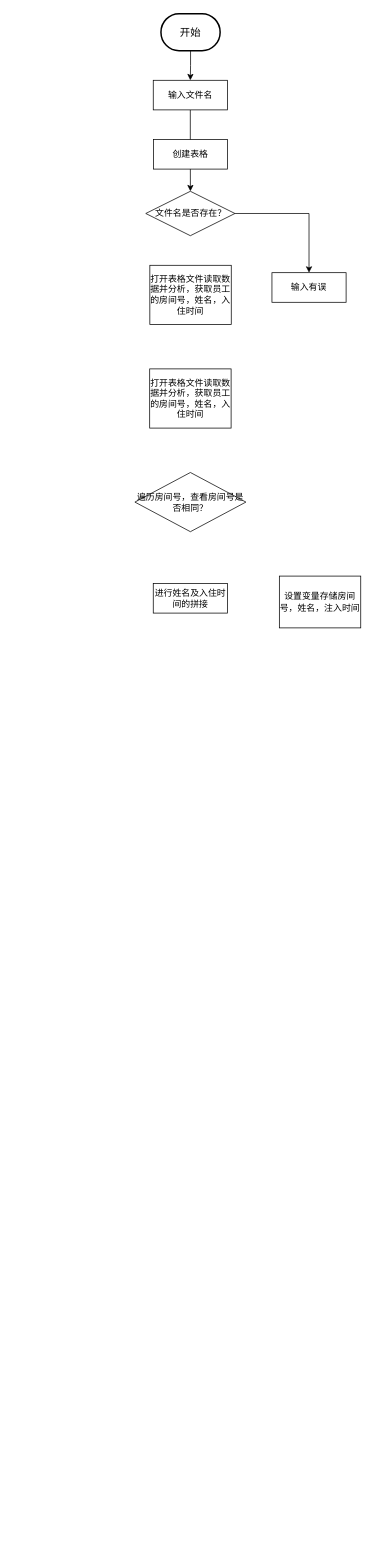
Earlier version of the draw.io diagram page "Halaman-3" (3 of 5) of Diagram Tanpa Judul.drawio (huangbaozhi/UML). Source tidied: cells renumbered, new cells numbered last; positions are measured from the earlier drawing's top-left corner, leaving out a move shared by most shapes. Both pictures are drawn from the tidied source at 74%, with x=0, y=0 at pixel (135, 13).
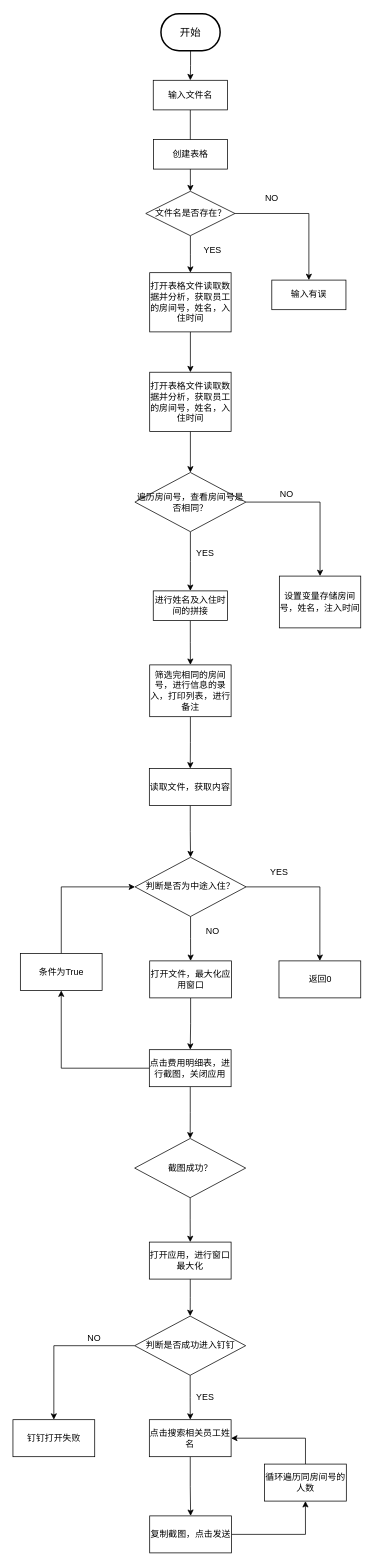
After the change.

The change refers to these unchanged cells:
```xml
<mxCell id="8" value="文件名是否存在？" style="rhombus;whiteSpace=wrap;html=1;" parent="1" vertex="1">
  <mxGeometry x="14.5" y="240" width="120.5" height="60" as="geometry" />
</mxCell>
<mxCell id="12" value="遍历房间号，查看房间号是否相同？" style="rhombus;whiteSpace=wrap;html=1;" parent="1" vertex="1">
  <mxGeometry x="-0.2" y="620" width="150" height="80" as="geometry" />
</mxCell>
<mxCell id="14" value="设置变量存储房间号，姓名，注入时间" style="rounded=0;whiteSpace=wrap;html=1;" parent="1" vertex="1">
  <mxGeometry x="195" y="760" width="110" height="70" as="geometry" />
</mxCell>
```

What changed in the source:
```diff
@@
+    <mxCell id="15" style="edgeStyle=orthogonalEdgeStyle;rounded=0;jettySize=auto;html=1;" parent="1" edge="1" source="8" target="10">
+      <mxGeometry relative="1" as="geometry" />
+    </mxCell>
@@
     <mxCell id="9" value="输入有误" style="rounded=0;whiteSpace=wrap;html=1;" parent="1" vertex="1">
-      <mxGeometry x="185" y="350" width="100.2" height="40" as="geometry" />
+      <mxGeometry x="184.8" y="360" width="100.2" height="40" as="geometry" />
     </mxCell>
+    <mxCell id="16" style="edgeStyle=orthogonalEdgeStyle;rounded=0;jettySize=auto;html=1;" parent="1" edge="1" source="10" target="11">
+      <mxGeometry relative="1" as="geometry" />
+    </mxCell>
     <mxCell id="10" value="打开表格文件读取数据并分析，获取员工的房间号，姓名，入住时间" style="rounded=0;whiteSpace=wrap;html=1;" parent="1" vertex="1">
-      <mxGeometry x="20" y="340" width="110" height="80" as="geometry" />
+      <mxGeometry x="19.8" y="350" width="110" height="80" as="geometry" />
     </mxCell>
+    <mxCell id="17" style="edgeStyle=orthogonalEdgeStyle;rounded=0;jettySize=auto;html=1;" parent="1" edge="1" source="11" target="12">
+      <mxGeometry relative="1" as="geometry" />
+    </mxCell>
     <mxCell id="11" value="打开表格文件读取数据并分析，获取员工的房间号，姓名，入住时间" style="rounded=0;whiteSpace=wrap;html=1;" parent="1" vertex="1">
-      <mxGeometry x="19.8" y="480" width="110" height="80" as="geometry" />
+      <mxGeometry x="19.8" y="484.5" width="110" height="80" as="geometry" />
     </mxCell>
+    <mxCell id="18" style="edgeStyle=orthogonalEdgeStyle;rounded=0;jettySize=auto;html=1;" parent="1" edge="1" source="12" target="13">
+      <mxGeometry relative="1" as="geometry" />
+    </mxCell>
+    <mxCell id="19" style="edgeStyle=orthogonalEdgeStyle;rounded=0;jettySize=auto;html=1;entryX=0.5;entryY=0;entryDx=0;entryDy=0;" parent="1" edge="1" source="12" target="14">
+      <mxGeometry relative="1" as="geometry" />
+    </mxCell>
@@
+    <mxCell id="20" style="edgeStyle=orthogonalEdgeStyle;rounded=0;jettySize=auto;html=1;" parent="1" edge="1" source="13" target="22">
+      <mxGeometry relative="1" as="geometry" />
+    </mxCell>
     <mxCell id="13" value="进行姓名及入住时间的拼接" style="rounded=0;whiteSpace=wrap;html=1;" parent="1" vertex="1">
-      <mxGeometry x="24.6" y="770" width="100.2" height="40" as="geometry" />
+      <mxGeometry x="24.6" y="780" width="100.2" height="40" as="geometry" />
     </mxCell>
@@
+    <mxCell id="21" style="edgeStyle=orthogonalEdgeStyle;rounded=0;jettySize=auto;html=1;" parent="1" edge="1" source="22" target="24">
+      <mxGeometry relative="1" as="geometry" />
+    </mxCell>
+    <mxCell id="22" value="筛选完相同的房间号，进行信息的录入，打印列表，进行备注" style="rounded=0;whiteSpace=wrap;html=1;" parent="1" vertex="1">
+      <mxGeometry x="19.8" y="880" width="110" height="70" as="geometry" />
+    </mxCell>
+    <mxCell id="23" style="edgeStyle=orthogonalEdgeStyle;rounded=0;jettySize=auto;html=1;" parent="1" edge="1" source="24" target="31">
+      <mxGeometry relative="1" as="geometry" />
+    </mxCell>
+    <mxCell id="24" value="读取文件，获取内容" style="rounded=0;whiteSpace=wrap;html=1;" parent="1" vertex="1">
+      <mxGeometry x="19.3" y="1020" width="110.5" height="50" as="geometry" />
+    </mxCell>
+    <mxCell id="25" value="NO" style="text;html=1;strokeColor=none;fillColor=none;align=center;verticalAlign=middle;whiteSpace=wrap;rounded=0;" parent="1" vertex="1">
+      <mxGeometry x="165" y="240" width="40" height="20" as="geometry" />
+    </mxCell>
+    <mxCell id="26" value="YES" style="text;html=1;strokeColor=none;fillColor=none;align=center;verticalAlign=middle;whiteSpace=wrap;rounded=0;" parent="1" vertex="1">
+      <mxGeometry x="85" y="310" width="40" height="20" as="geometry" />
+    </mxCell>
+    <mxCell id="27" value="YES" style="text;html=1;strokeColor=none;fillColor=none;align=center;verticalAlign=middle;whiteSpace=wrap;rounded=0;" parent="1" vertex="1">
+      <mxGeometry x="75" y="720" width="40" height="20" as="geometry" />
+    </mxCell>
+    <mxCell id="28" value="NO" style="text;html=1;strokeColor=none;fillColor=none;align=center;verticalAlign=middle;whiteSpace=wrap;rounded=0;" parent="1" vertex="1">
+      <mxGeometry x="184.8" y="640" width="40" height="20" as="geometry" />
+    </mxCell>
+    <mxCell id="29" style="edgeStyle=orthogonalEdgeStyle;rounded=0;jettySize=auto;html=1;" parent="1" edge="1" source="31" target="33">
+      <mxGeometry relative="1" as="geometry" />
+    </mxCell>
+    <mxCell id="30" style="edgeStyle=orthogonalEdgeStyle;rounded=0;jettySize=auto;html=1;entryX=0.5;entryY=0;entryDx=0;entryDy=0;" parent="1" edge="1" source="31" target="37">
+      <mxGeometry relative="1" as="geometry" />
+    </mxCell>
+    <mxCell id="31" value="判断是否为中途入住？" style="rhombus;whiteSpace=wrap;html=1;" parent="1" vertex="1">
+      <mxGeometry y="1140" width="150" height="80" as="geometry" />
+    </mxCell>
+    <mxCell id="32" style="edgeStyle=orthogonalEdgeStyle;rounded=0;jettySize=auto;html=1;" parent="1" edge="1" source="33" target="36">
+      <mxGeometry relative="1" as="geometry" />
+    </mxCell>
+    <mxCell id="33" value="打开文件，最大化应用窗口" style="rounded=0;whiteSpace=wrap;html=1;" parent="1" vertex="1">
+      <mxGeometry x="19.8" y="1280" width="110.5" height="50" as="geometry" />
+    </mxCell>
+    <mxCell id="34" style="edgeStyle=orthogonalEdgeStyle;rounded=0;jettySize=auto;html=1;entryX=0.5;entryY=1;entryDx=0;entryDy=0;" parent="1" edge="1" source="36" target="41">
+      <mxGeometry relative="1" as="geometry" />
+    </mxCell>
+    <mxCell id="35" style="edgeStyle=orthogonalEdgeStyle;rounded=0;jettySize=auto;html=1;" parent="1" edge="1" source="36" target="43">
+      <mxGeometry relative="1" as="geometry" />
+    </mxCell>
+    <mxCell id="36" value="点击费用明细表，进行截图，关闭应用" style="rounded=0;whiteSpace=wrap;html=1;" parent="1" vertex="1">
+      <mxGeometry x="19.3" y="1400" width="110.5" height="50" as="geometry" />
+    </mxCell>
+    <mxCell id="37" value="返回0" style="rounded=0;whiteSpace=wrap;html=1;" parent="1" vertex="1">
+      <mxGeometry x="194.5" y="1280" width="110.5" height="50" as="geometry" />
+    </mxCell>
+    <mxCell id="38" value="NO" style="text;html=1;strokeColor=none;fillColor=none;align=center;verticalAlign=middle;whiteSpace=wrap;rounded=0;" parent="1" vertex="1">
+      <mxGeometry x="85" y="1230" width="40" height="20" as="geometry" />
+    </mxCell>
+    <mxCell id="39" value="YES" style="text;html=1;strokeColor=none;fillColor=none;align=center;verticalAlign=middle;whiteSpace=wrap;rounded=0;" parent="1" vertex="1">
+      <mxGeometry x="175" y="1150" width="40" height="20" as="geometry" />
+    </mxCell>
+    <mxCell id="40" style="edgeStyle=orthogonalEdgeStyle;rounded=0;jettySize=auto;html=1;entryX=0;entryY=0.5;entryDx=0;entryDy=0;" parent="1" edge="1" source="41" target="31">
+      <mxGeometry relative="1" as="geometry">
+        <Array as="points">
+          <mxPoint x="-100" y="1180" />
+        </Array>
+      </mxGeometry>
+    </mxCell>
+    <mxCell id="41" value="条件为True" style="rounded=0;whiteSpace=wrap;html=1;" parent="1" vertex="1">
+      <mxGeometry x="-155" y="1270" width="110.5" height="50" as="geometry" />
+    </mxCell>
+    <mxCell id="42" style="edgeStyle=orthogonalEdgeStyle;rounded=0;jettySize=auto;html=1;" parent="1" edge="1" source="43" target="45">
+      <mxGeometry relative="1" as="geometry" />
+    </mxCell>
+    <mxCell id="43" value="截图成功？" style="rhombus;whiteSpace=wrap;html=1;" parent="1" vertex="1">
+      <mxGeometry x="-0.5" y="1520" width="150" height="80" as="geometry" />
+    </mxCell>
+    <mxCell id="44" style="edgeStyle=orthogonalEdgeStyle;rounded=0;jettySize=auto;html=1;" parent="1" edge="1" source="45" target="48">
+      <mxGeometry relative="1" as="geometry" />
+    </mxCell>
+    <mxCell id="45" value="打开应用，进行窗口最大化" style="rounded=0;whiteSpace=wrap;html=1;" parent="1" vertex="1">
+      <mxGeometry x="19.3" y="1660" width="110.5" height="50" as="geometry" />
+    </mxCell>
+    <mxCell id="46" style="edgeStyle=orthogonalEdgeStyle;rounded=0;jettySize=auto;html=1;" parent="1" edge="1" source="48" target="50">
+      <mxGeometry relative="1" as="geometry" />
+    </mxCell>
+    <mxCell id="47" style="edgeStyle=orthogonalEdgeStyle;rounded=0;jettySize=auto;html=1;entryX=0.5;entryY=0;entryDx=0;entryDy=0;" parent="1" edge="1" source="48" target="56">
+      <mxGeometry relative="1" as="geometry" />
+    </mxCell>
+    <mxCell id="48" value="判断是否成功进入钉钉" style="rhombus;whiteSpace=wrap;html=1;" parent="1" vertex="1">
+      <mxGeometry x="-0.5" y="1760" width="150" height="80" as="geometry" />
+    </mxCell>
+    <mxCell id="49" style="edgeStyle=orthogonalEdgeStyle;rounded=0;jettySize=auto;html=1;" parent="1" edge="1" source="50" target="53">
+      <mxGeometry relative="1" as="geometry" />
+    </mxCell>
+    <mxCell id="50" value="点击搜索相关员工姓名" style="rounded=0;whiteSpace=wrap;html=1;" parent="1" vertex="1">
+      <mxGeometry x="19.3" y="1900" width="110.5" height="50" as="geometry" />
+    </mxCell>
+    <mxCell id="51" value="YES" style="text;html=1;strokeColor=none;fillColor=none;align=center;verticalAlign=middle;whiteSpace=wrap;rounded=0;" parent="1" vertex="1">
+      <mxGeometry x="75" y="1860" width="40" height="20" as="geometry" />
+    </mxCell>
+    <mxCell id="52" style="edgeStyle=orthogonalEdgeStyle;rounded=0;jettySize=auto;html=1;entryX=0.5;entryY=1;entryDx=0;entryDy=0;" parent="1" edge="1" source="53" target="55">
+      <mxGeometry relative="1" as="geometry" />
+    </mxCell>
+    <mxCell id="53" value="复制截图，点击发送" style="rounded=0;whiteSpace=wrap;html=1;" parent="1" vertex="1">
+      <mxGeometry x="19.8" y="2030" width="110.5" height="50" as="geometry" />
+    </mxCell>
+    <mxCell id="54" style="edgeStyle=orthogonalEdgeStyle;rounded=0;jettySize=auto;html=1;entryX=1;entryY=0.5;entryDx=0;entryDy=0;" parent="1" edge="1" source="55" target="50">
+      <mxGeometry relative="1" as="geometry">
+        <Array as="points">
+          <mxPoint x="230" y="1925" />
+        </Array>
+      </mxGeometry>
+    </mxCell>
+    <mxCell id="55" value="循环遍历同房间号的人数" style="rounded=0;whiteSpace=wrap;html=1;" parent="1" vertex="1">
+      <mxGeometry x="175" y="1960" width="110.5" height="50" as="geometry" />
+    </mxCell>
+    <mxCell id="56" value="钉钉打开失败" style="rounded=0;whiteSpace=wrap;html=1;" parent="1" vertex="1">
+      <mxGeometry x="-165" y="1900" width="110.5" height="50" as="geometry" />
+    </mxCell>
+    <mxCell id="57" value="NO" style="text;html=1;strokeColor=none;fillColor=none;align=center;verticalAlign=middle;whiteSpace=wrap;rounded=0;" parent="1" vertex="1">
+      <mxGeometry x="-75" y="1780" width="40" height="20" as="geometry" />
+    </mxCell>
```
